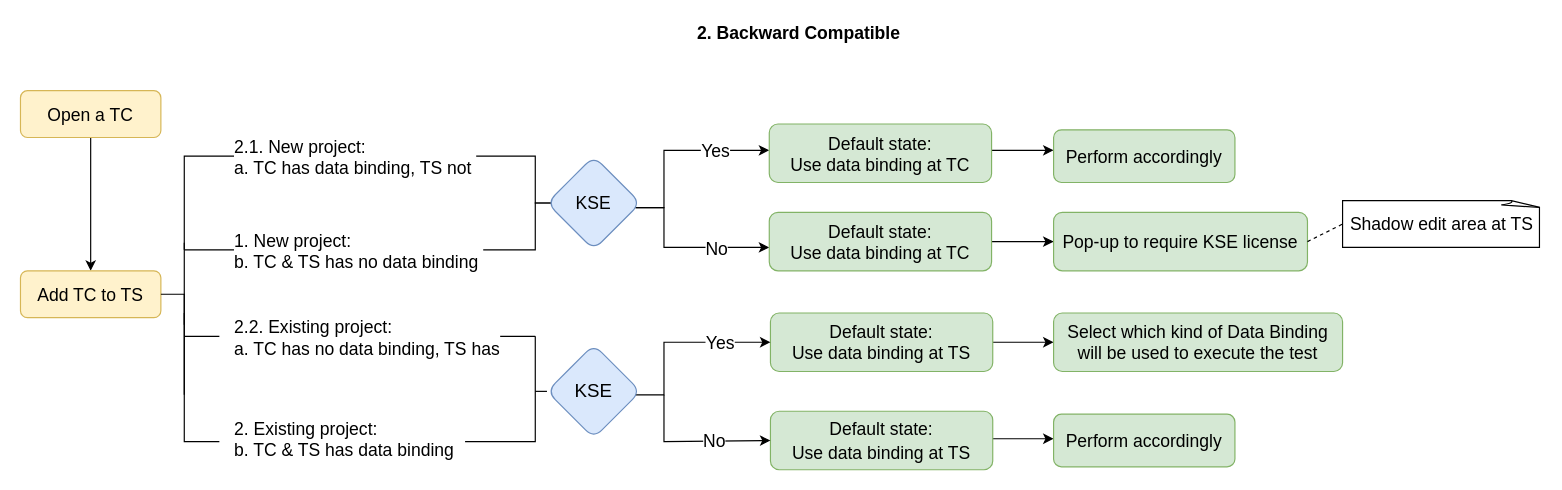
Earlier version of the draw.io diagram page "backward-compatible" (2 of 2) of Untitled Diagram.drawio (nhpthuy/chart). Source tidied: cells renumbered, new cells numbered last; positions are measured from the earlier drawing's top-left corner, leaving out a move shared by most shapes. Both pictures are drawn from the tidied source at 117%, with x=0, y=0 at pixel (20, 20).
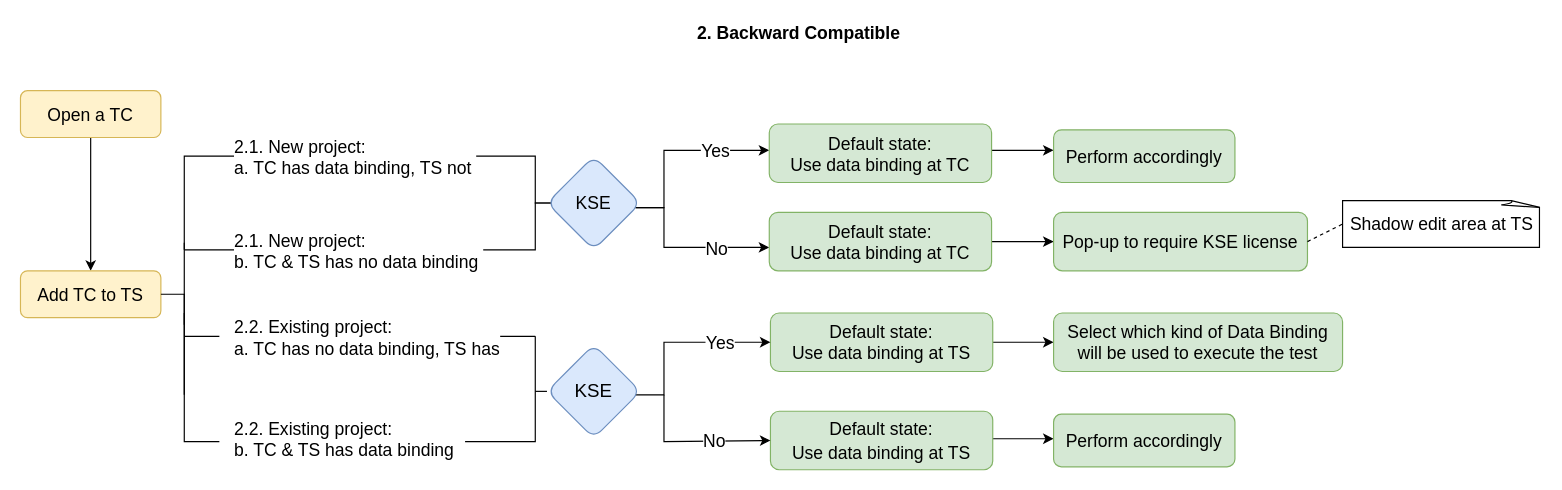
After the change.

Diff of the diagram source:
```diff
@@
-    <mxCell id="24" value="1. New project:&lt;br&gt;b. TC &amp;amp; TS has no data binding&amp;nbsp;" style="edgeLabel;html=1;align=left;verticalAlign=middle;fontSize=15;" parent="1" vertex="1">
+    <mxCell id="24" value="2.1. New project:&lt;br&gt;b. TC &amp;amp; TS has no data binding&amp;nbsp;" style="edgeLabel;html=1;align=left;verticalAlign=middle;fontSize=15;" parent="1" vertex="1">
       <mxGeometry x="181" y="196" as="geometry" />
     </mxCell>
@@
-    <mxCell id="30" value="2. Existing project:&lt;br&gt;b. TC &amp;amp; TS has data binding" style="edgeLabel;html=1;align=left;verticalAlign=middle;fontSize=15;" parent="1" vertex="1">
+    <mxCell id="30" value="2.2. Existing project:&lt;br&gt;b. TC &amp;amp; TS has data binding" style="edgeLabel;html=1;align=left;verticalAlign=middle;fontSize=15;" parent="1" vertex="1">
       <mxGeometry x="181" y="357" as="geometry" />
     </mxCell>
```
